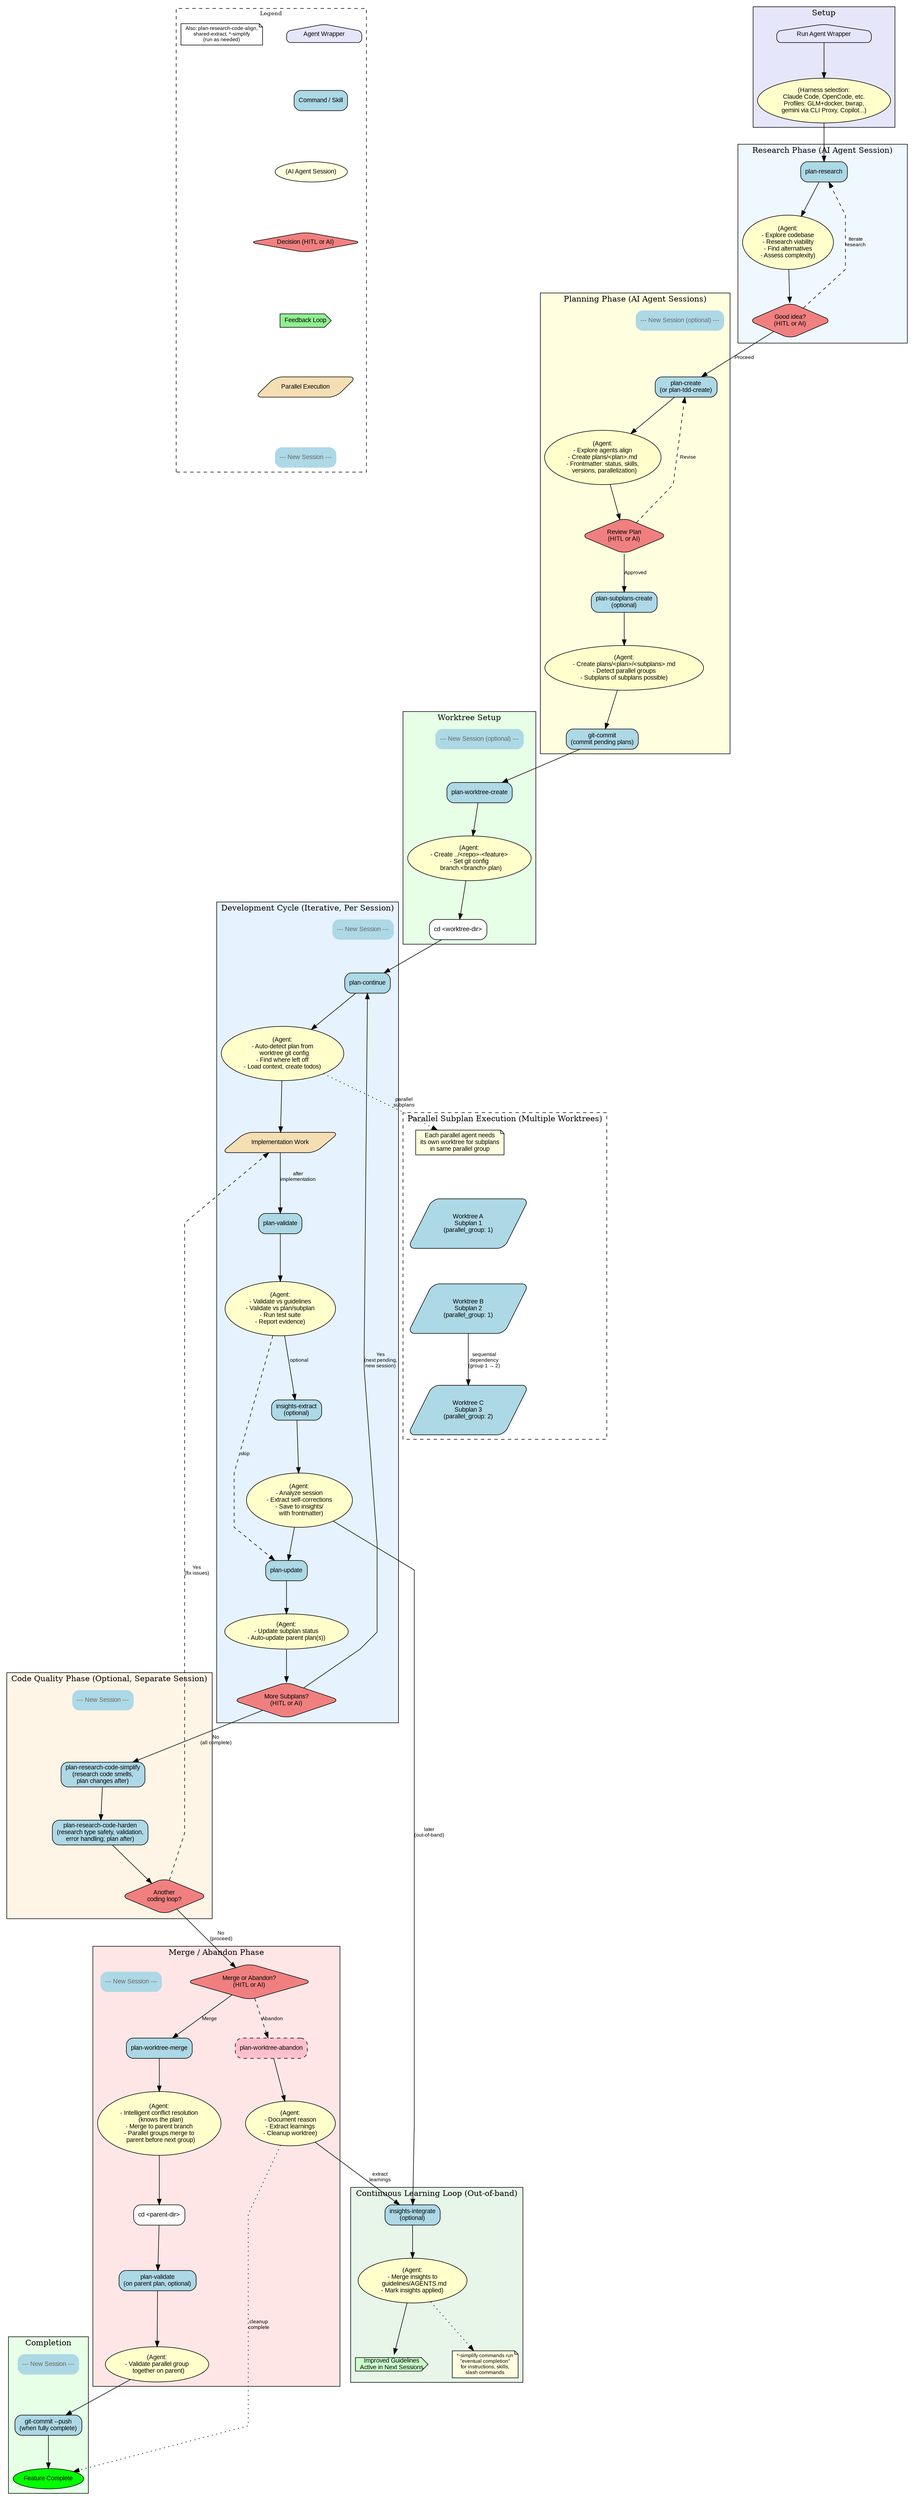
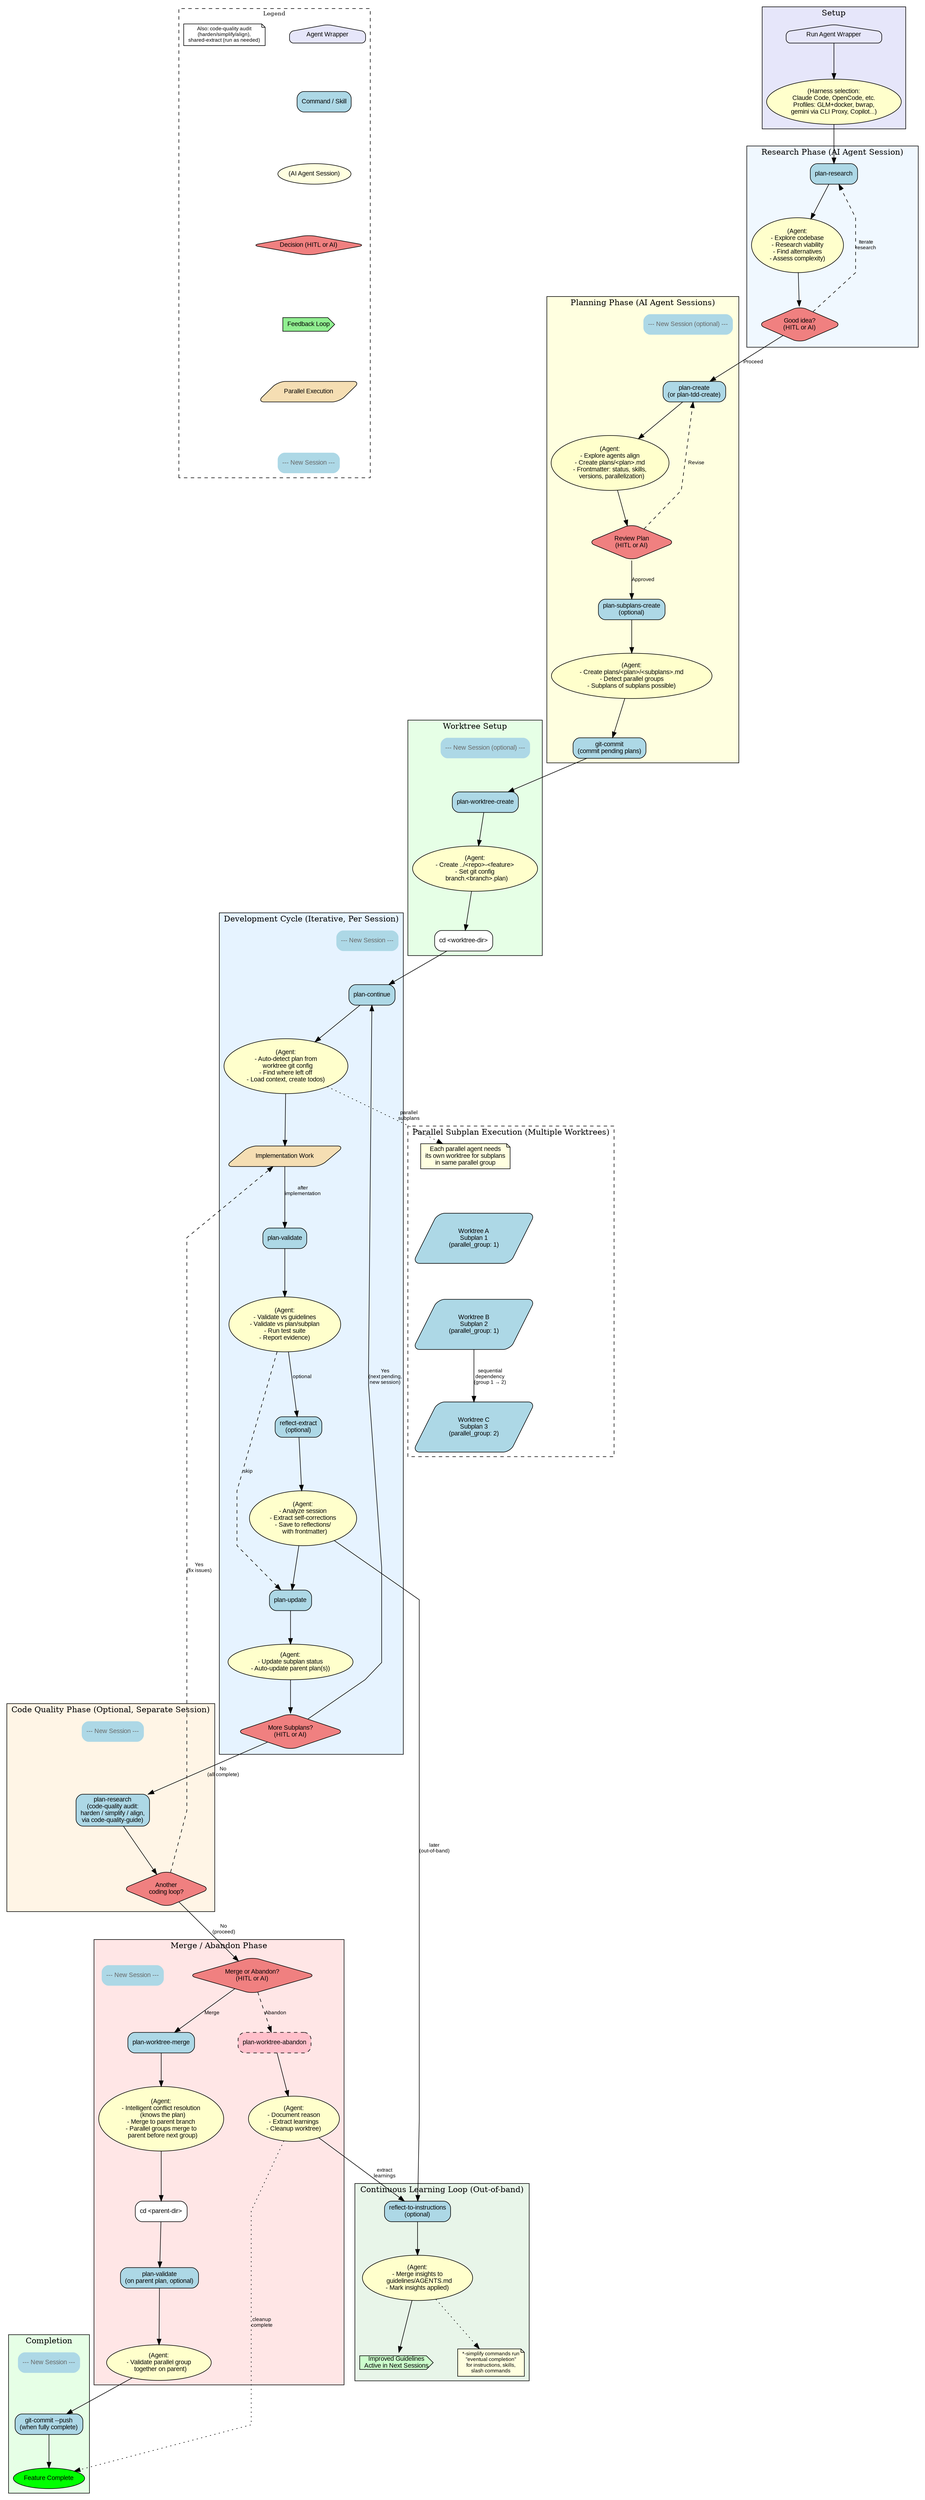
digraph Workflow {
  // Graph settings
  rankdir=TB;
  compound=true;
  newrank=true;
  splines=polyline;
  nodesep=0.6;
  ranksep=0.8;

  // Default node/edge styles
  node [shape=box, style="rounded,filled", fillcolor=lightblue, fontname="Arial", fontsize=11];
  edge [fontname="Arial", fontsize=9];

  // Legend
  subgraph cluster_legend {
    label="Legend";
    style=dashed;
    fontsize=10;

    leg_wrapper [label="Agent Wrapper", shape=house, fillcolor=lavender];
    leg_cmd [label="Command / Skill", fillcolor=lightblue];
    leg_agent [label="(AI Agent Session)", shape=ellipse, fillcolor=lightyellow];
    leg_human [label="Decision (HITL or AI)", shape=diamond, fillcolor=lightcoral];
    leg_loop [label="Feedback Loop", shape=cds, fillcolor=lightgreen];
    leg_parallel [label="Parallel Execution", shape=parallelogram, fillcolor=wheat];
    leg_session [label="--- New Session ---", shape=plaintext, fontcolor=gray40];
-     leg_note [label="Also: plan-research-code-align,\nshared-extract, *-simplify\n(run as needed)", shape=note, fillcolor=white, fontsize=9];
+     leg_note [label="Also: code-quality audit\n(harden/simplify/align),\nshared-extract (run as needed)", shape=note, fillcolor=white, fontsize=9];

    leg_wrapper -> leg_cmd -> leg_agent -> leg_human -> leg_loop -> leg_parallel -> leg_session [style=invis];
  }

  // Start - Agent Wrapper
  subgraph cluster_setup {
    label="Setup";
    style=filled;
    fillcolor=lavender;

    start [label="Run Agent Wrapper", shape=house, fillcolor=lavender];
    start_agent [label="(Harness selection:\nClaude Code, OpenCode, etc.\nProfiles: GLM+docker, bwrap,\ngemini via CLI Proxy, Copilot...)", shape=ellipse, fillcolor="#ffffcc"];
  }

  // Research Phase
  subgraph cluster_research {
    label="Research Phase (AI Agent Session)";
    style=filled;
    fillcolor="#f0f8ff";

    plan_research [label="plan-research", fillcolor=lightblue];
    plan_research_agent [label="(Agent:\n- Explore codebase\n- Research viability\n- Find alternatives\n- Assess complexity)", shape=ellipse, fillcolor="#ffffcc"];
    research_review [label="Good idea?\n(HITL or AI)", shape=diamond, fillcolor=lightcoral];
  }

  // Planning Phase
  subgraph cluster_planning {
    label="Planning Phase (AI Agent Sessions)";
    style=filled;
    fillcolor=lightyellow;

    session_planning [label="--- New Session (optional) ---", shape=plaintext, fontcolor=gray40];
    plan_create [label="plan-create\n(or plan-tdd-create)", fillcolor=lightblue];
    plan_create_agent [label="(Agent:\n- Explore agents align\n- Create plans/<plan>.md\n- Frontmatter: status, skills,\n  versions, parallelization)", shape=ellipse, fillcolor="#ffffcc"];
    plan_review [label="Review Plan\n(HITL or AI)", shape=diamond, fillcolor=lightcoral];
    plan_subplans [label="plan-subplans-create\n(optional)", fillcolor=lightblue];
    plan_subplans_agent [label="(Agent:\n- Create plans/<plan>/<subplans>.md\n- Detect parallel groups\n- Subplans of subplans possible)", shape=ellipse, fillcolor="#ffffcc"];
    git_commit_plans [label="git-commit\n(commit pending plans)", fillcolor=lightblue];
  }

  // Worktree Setup
  subgraph cluster_worktree_setup {
    label="Worktree Setup";
    style=filled;
    fillcolor="#e6ffe6";

    session_worktree [label="--- New Session (optional) ---", shape=plaintext, fontcolor=gray40];
    plan_worktree_create [label="plan-worktree-create", fillcolor=lightblue];
    worktree_agent [label="(Agent:\n- Create ../<repo>-<feature>\n- Set git config\n  branch.<branch>.plan)", shape=ellipse, fillcolor="#ffffcc"];
    cd_worktree [label="cd <worktree-dir>", shape=box, fillcolor=white];
  }

  // Development Cycle
  subgraph cluster_dev_cycle {
    label="Development Cycle (Iterative, Per Session)";
    style=filled;
    fillcolor="#e6f3ff";

    session_dev [label="--- New Session ---", shape=plaintext, fontcolor=gray40];

    plan_continue [label="plan-continue", fillcolor=lightblue];
    plan_continue_agent [label="(Agent:\n- Auto-detect plan from\n  worktree git config\n- Find where left off\n- Load context, create todos)", shape=ellipse, fillcolor="#ffffcc"];

    work [label="Implementation Work", shape=parallelogram, fillcolor=wheat];

    plan_validate [label="plan-validate", fillcolor=lightblue];
    validate_agent [label="(Agent:\n- Validate vs guidelines\n- Validate vs plan/subplan\n- Run test suite\n- Report evidence)", shape=ellipse, fillcolor="#ffffcc"];

-     insights_extract [label="insights-extract\n(optional)", fillcolor=lightblue];
-     insights_agent [label="(Agent:\n- Analyze session\n- Extract self-corrections\n- Save to insights/\n  with frontmatter)", shape=ellipse, fillcolor="#ffffcc"];
+     insights_extract [label="reflect-extract\n(optional)", fillcolor=lightblue];
+     insights_agent [label="(Agent:\n- Analyze session\n- Extract self-corrections\n- Save to reflections/\n  with frontmatter)", shape=ellipse, fillcolor="#ffffcc"];

    plan_update [label="plan-update", fillcolor=lightblue];
    update_agent [label="(Agent:\n- Update subplan status\n- Auto-update parent plan(s))", shape=ellipse, fillcolor="#ffffcc"];

    more_subplans [label="More Subplans?\n(HITL or AI)", shape=diamond, fillcolor=lightcoral];
  }

  // Code Quality Phase
  subgraph cluster_quality {
    label="Code Quality Phase (Optional, Separate Session)";
    style=filled;
    fillcolor="#fff5e6";

    session_quality [label="--- New Session ---", shape=plaintext, fontcolor=gray40];
-     code_simplify [label="plan-research-code-simplify\n(research code smells,\nplan changes after)", fillcolor=lightblue];
-     code_harden [label="plan-research-code-harden\n(research type safety, validation,\nerror handling; plan after)", fillcolor=lightblue];
+     code_quality [label="plan-research\n(code-quality audit:\nharden / simplify / align,\nvia code-quality-guide)", fillcolor=lightblue];
    quality_loop [label="Another\ncoding loop?", shape=diamond, fillcolor=lightcoral];
  }

  // Parallel Execution
  subgraph cluster_parallel {
    label="Parallel Subplan Execution (Multiple Worktrees)";
    style=dashed;
    fillcolor=wheat;

    parallel_note [label="Each parallel agent needs\nits own worktree for subplans\nin same parallel group", shape=note, fillcolor=lightyellow];
    worktree_1 [label="Worktree A\nSubplan 1\n(parallel_group: 1)", shape=parallelogram];
    worktree_2 [label="Worktree B\nSubplan 2\n(parallel_group: 1)", shape=parallelogram];
    worktree_3 [label="Worktree C\nSubplan 3\n(parallel_group: 2)", shape=parallelogram];
  }

  // Merge Phase
  subgraph cluster_merge {
    label="Merge / Abandon Phase";
    style=filled;
    fillcolor="#ffe6e6";

    session_merge [label="--- New Session ---", shape=plaintext, fontcolor=gray40];

    merge_or_abandon [label="Merge or Abandon?\n(HITL or AI)", shape=diamond, fillcolor=lightcoral];

    plan_worktree_merge [label="plan-worktree-merge", fillcolor=lightblue];
    merge_agent [label="(Agent:\n- Intelligent conflict resolution\n  (knows the plan)\n- Merge to parent branch\n- Parallel groups merge to\n  parent before next group)", shape=ellipse, fillcolor="#ffffcc"];

    plan_worktree_abandon [label="plan-worktree-abandon", fillcolor=pink, style="rounded,filled,dashed"];
    abandon_agent [label="(Agent:\n- Document reason\n- Extract learnings\n- Cleanup worktree)", shape=ellipse, fillcolor="#ffffcc"];

    cd_parent [label="cd <parent-dir>", shape=box, fillcolor=white];

    plan_validate_parent [label="plan-validate\n(on parent plan, optional)", fillcolor=lightblue];
    validate_parent_agent [label="(Agent:\n- Validate parallel group\n  together on parent)", shape=ellipse, fillcolor="#ffffcc"];
  }

  // Learning Integration Loop
  subgraph cluster_insights_loop {
    label="Continuous Learning Loop (Out-of-band)";
    style=filled;
    fillcolor="#e8f5e9";

-     insights_integrate [label="insights-integrate\n(optional)", fillcolor=lightblue];
+     insights_integrate [label="reflect-to-instructions\n(optional)", fillcolor=lightblue];
    integrate_agent [label="(Agent:\n- Merge insights to\n  guidelines/AGENTS.md\n- Mark insights applied)", shape=ellipse, fillcolor="#ffffcc"];

    skills_active [label="Improved Guidelines\nActive in Next Sessions", shape=cds, fillcolor="#ccffcc"];

    simplify_note [label="*-simplify commands run\n\"eventual completion\"\nfor instructions, skills,\nslash commands", shape=note, fillcolor=lightyellow, fontsize=9];
  }

  // Completion
  subgraph cluster_complete {
    label="Completion";
    style=filled;
    fillcolor="#e6ffe6";

    session_complete [label="--- New Session ---", shape=plaintext, fontcolor=gray40];
    git_commit_push [label="git-commit --push\n(when fully complete)", fillcolor=lightblue];
    end [label="Feature Complete", shape=oval, fillcolor=green];
  }

  // Main Flow
  start -> start_agent;
  start_agent -> plan_research;

  // Research flow
  plan_research -> plan_research_agent;
  plan_research_agent -> research_review;
  research_review -> plan_create [label="Proceed"];
  research_review -> plan_research [label="Iterate\nresearch", style=dashed];

  // Planning flow
  plan_create -> plan_create_agent;
  plan_create_agent -> plan_review;
  plan_review -> plan_subplans [label="Approved"];
  plan_review -> plan_create [label="Revise", style=dashed];
  plan_subplans -> plan_subplans_agent;
  plan_subplans_agent -> git_commit_plans;
  git_commit_plans -> plan_worktree_create;

  // Worktree setup flow
  plan_worktree_create -> worktree_agent;
  worktree_agent -> cd_worktree;
  cd_worktree -> plan_continue;

  // Development cycle flow
  plan_continue -> plan_continue_agent;
  plan_continue_agent -> work;
  work -> plan_validate [label="after\nimplementation"];
  plan_validate -> validate_agent;
  validate_agent -> insights_extract [label="optional"];
  validate_agent -> plan_update [style=dashed, label="skip"];
  insights_extract -> insights_agent;
  insights_agent -> plan_update;
  plan_update -> update_agent;
  update_agent -> more_subplans;

  more_subplans -> plan_continue [label="Yes\n(next pending,\nnew session)"];
-   more_subplans -> code_simplify [label="No\n(all complete)"];
+   more_subplans -> code_quality [label="No\n(all complete)"];

  // Code quality flow
-   code_simplify -> code_harden;
-   code_harden -> quality_loop;
+   code_quality -> quality_loop;
  quality_loop -> work [label="Yes\n(fix issues)", style=dashed];
  quality_loop -> merge_or_abandon [label="No\n(proceed)"];

  // Parallel execution (shown separately)
  plan_continue_agent -> parallel_note [style=dotted, label="parallel\nsubplans"];
  parallel_note -> worktree_1 [style=invis];
  worktree_1 -> worktree_2 [style=invis];
  worktree_2 -> worktree_3 [label="sequential\ndependency\n(group 1 → 2)"];

  // Merge flow
  merge_or_abandon -> plan_worktree_merge [label="Merge"];
  merge_or_abandon -> plan_worktree_abandon [label="Abandon", style=dashed];

  plan_worktree_merge -> merge_agent;
  merge_agent -> cd_parent;
  cd_parent -> plan_validate_parent;
  plan_validate_parent -> validate_parent_agent;
  validate_parent_agent -> git_commit_push;

  // Abandon flow
  plan_worktree_abandon -> abandon_agent;
  abandon_agent -> insights_integrate [label="extract\nlearnings"];
  abandon_agent -> end [label="cleanup\ncomplete", style=dotted];

  // Learning integration loop
  insights_agent -> insights_integrate [label="later\n(out-of-band)"];
  insights_integrate -> integrate_agent;
  integrate_agent -> skills_active;
  integrate_agent -> simplify_note [style=dotted];

  // Completion
  git_commit_push -> end;

  // Session boundary visual hints (invisible edges for layout)
  session_planning -> plan_create [style=invis];
  session_worktree -> plan_worktree_create [style=invis];
  session_dev -> plan_continue [style=invis];
-   session_quality -> code_simplify [style=invis];
+   session_quality -> code_quality [style=invis];
  session_merge -> plan_worktree_merge [style=invis];
  session_complete -> git_commit_push [style=invis];
}
